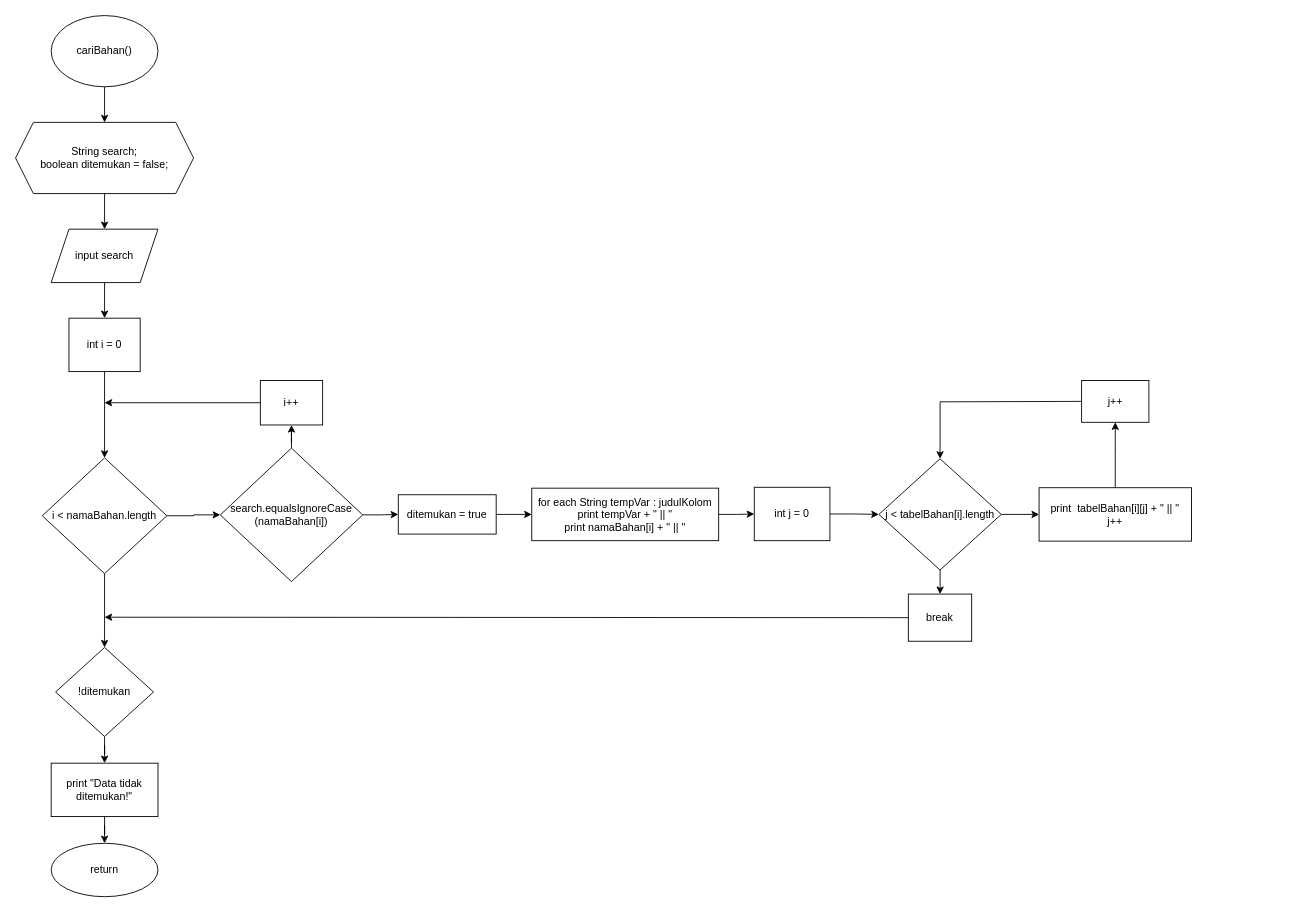
Earlier version of the draw.io diagram page "cariBahan" (8 of 9) of Tugas Akhir/Flowchart.drawio (nhaidaar/daspro). Source tidied: cells renumbered, new cells numbered last; positions are measured from the earlier drawing's top-left corner, leaving out a move shared by most shapes. Both pictures are drawn from the tidied source at 89%, with x=0, y=0 at pixel (15, 15).
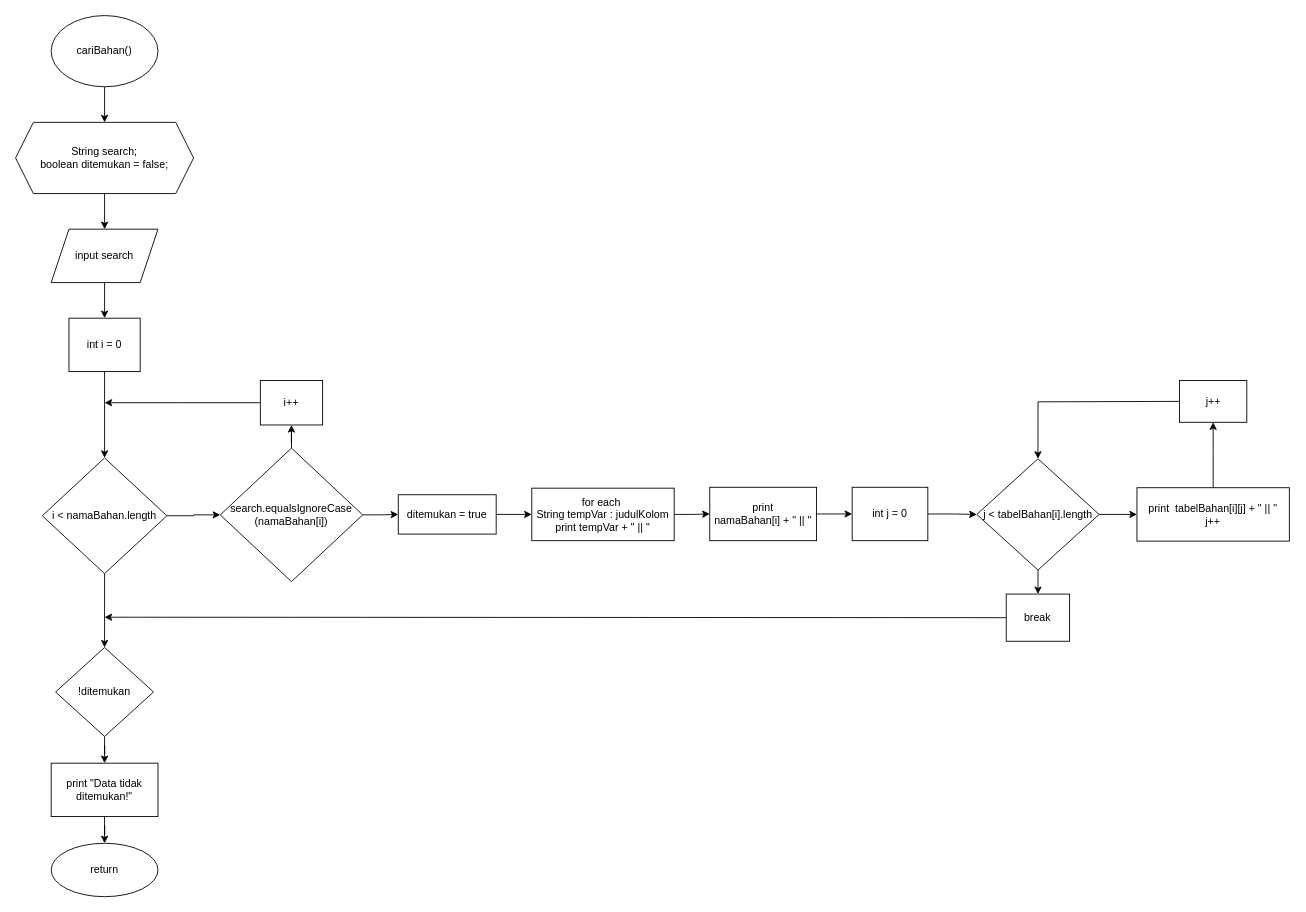
The same diagram, later.

Diff of the diagram source:
```diff
@@
     <mxCell id="24" value="int j = 0" style="whiteSpace=wrap;html=1;" parent="1" vertex="1">
-      <mxGeometry x="830" y="530" width="85" height="60" as="geometry" />
+      <mxGeometry x="940" y="530" width="85" height="60" as="geometry" />
     </mxCell>
@@
     <mxCell id="27" value="j &amp;lt; tabelBahan[i].length" style="rhombus;whiteSpace=wrap;html=1;" parent="1" vertex="1">
-      <mxGeometry x="970" y="498" width="137.5" height="125" as="geometry" />
+      <mxGeometry x="1080" y="498" width="137.5" height="125" as="geometry" />
     </mxCell>
     <mxCell id="28" style="edgeStyle=orthogonalEdgeStyle;rounded=0;jettySize=auto;html=1;" parent="1" edge="1" source="29">
       <mxGeometry relative="1" as="geometry">
-        <mxPoint x="1235.6" y="457" as="targetPoint" />
+        <mxPoint x="1345.6" y="457" as="targetPoint" />
       </mxGeometry>
     </mxCell>
     <mxCell id="29" value="print&amp;nbsp; tabelBahan[i][j] + &quot; || &quot;&lt;br&gt;j++" style="whiteSpace=wrap;html=1;" parent="1" vertex="1">
-      <mxGeometry x="1150" y="530.5" width="171.2" height="60" as="geometry" />
+      <mxGeometry x="1260" y="530.5" width="171.2" height="60" as="geometry" />
     </mxCell>
@@
     <mxCell id="33" value="break" style="whiteSpace=wrap;html=1;" parent="1" vertex="1">
-      <mxGeometry x="1003.1" y="650" width="71.2" height="53" as="geometry" />
+      <mxGeometry x="1113.1" y="650" width="71.2" height="53" as="geometry" />
     </mxCell>
     <mxCell id="34" style="edgeStyle=orthogonalEdgeStyle;rounded=0;jettySize=auto;html=1;exitX=0;exitY=0.5;exitDx=0;exitDy=0;entryX=0.5;entryY=0;entryDx=0;entryDy=0;" parent="1" edge="1" target="27">
       <mxGeometry relative="1" as="geometry">
-        <mxPoint x="1197.8" y="433.5" as="sourcePoint" />
+        <mxPoint x="1307.8" y="433.5" as="sourcePoint" />
       </mxGeometry>
     </mxCell>
     <mxCell id="35" value="j++" style="whiteSpace=wrap;html=1;" parent="1" vertex="1">
-      <mxGeometry x="1197.8" y="410" width="75.6" height="47" as="geometry" />
+      <mxGeometry x="1307.8" y="410" width="75.6" height="47" as="geometry" />
     </mxCell>
-    <mxCell id="36" style="edgeStyle=orthogonalEdgeStyle;rounded=0;jettySize=auto;html=1;exitX=1;exitY=0.5;exitDx=0;exitDy=0;entryX=0;entryY=0.5;entryDx=0;entryDy=0;" parent="1" edge="1" source="37" target="24">
-      <mxGeometry relative="1" as="geometry" />
-    </mxCell>
+    <mxCell id="38" style="edgeStyle=orthogonalEdgeStyle;rounded=0;jettySize=auto;html=1;" parent="1" edge="1" source="37" target="40">
+      <mxGeometry relative="1" as="geometry" />
+    </mxCell>
-    <mxCell id="37" value="for each&amp;nbsp;&lt;span style=&quot;background-color: initial;&quot;&gt;String tempVar : judulKolom&lt;/span&gt;&lt;div&gt;print tempVar + &quot; || &quot;&lt;/div&gt;&lt;div&gt;print namaBahan[i] + &quot; || &quot;&lt;/div&gt;" style="whiteSpace=wrap;html=1;" parent="1" vertex="1">
-      <mxGeometry x="580" y="531" width="210" height="59" as="geometry" />
+    <mxCell id="37" value="for each&amp;nbsp;&lt;br&gt;&lt;span style=&quot;background-color: initial;&quot;&gt;String tempVar : judulKolom&lt;/span&gt;&lt;div&gt;print tempVar + &quot; || &quot;&lt;/div&gt;" style="whiteSpace=wrap;html=1;" parent="1" vertex="1">
+      <mxGeometry x="580" y="531" width="160" height="59" as="geometry" />
     </mxCell>
+    <mxCell id="39" style="edgeStyle=orthogonalEdgeStyle;rounded=0;jettySize=auto;html=1;" parent="1" edge="1" source="40" target="24">
+      <mxGeometry relative="1" as="geometry" />
+    </mxCell>
+    <mxCell id="40" value="print &lt;br&gt;namaBahan[i] + &quot; || &quot;" style="whiteSpace=wrap;html=1;" parent="1" vertex="1">
+      <mxGeometry x="780" y="530" width="120" height="60" as="geometry" />
+    </mxCell>
```
